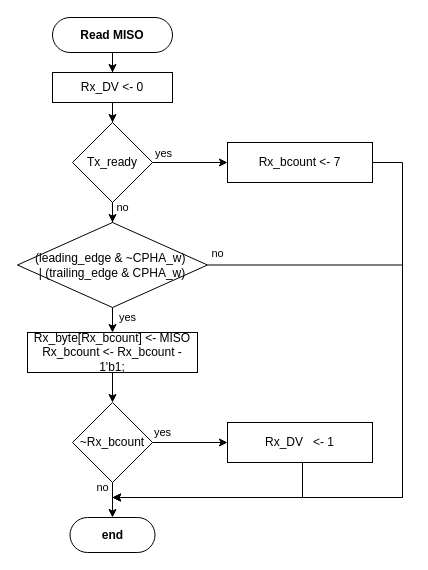
Above: page "read_MISO" (2 of 4) of 01_doc/03_drawings/01_design/spi_master.drawio in Diogofernandes5/mthesis (draw.io), before the change. Source tidied: cells renumbered, new cells numbered last; positions are measured from the earlier drawing's top-left corner, leaving out a move shared by most shapes. Both pictures are drawn from the tidied source at 100%, with x=0, y=0 at pixel (17, 17).
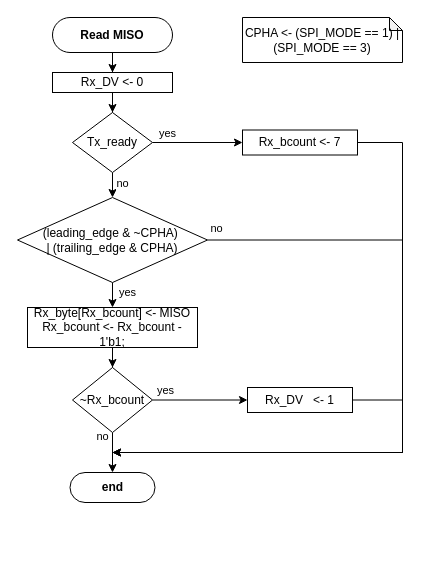
The same diagram, later.

What changed in the source:
```diff
@@
     <mxCell id="4" value="Rx_DV &amp;lt;- 0" style="rounded=0;whiteSpace=wrap;html=1;fontFamily=NewsGotT;" parent="1" vertex="1">
-      <mxGeometry x="35" y="55" width="120" height="30" as="geometry" />
+      <mxGeometry x="35" y="55" width="120" height="20" as="geometry" />
     </mxCell>
@@
     <mxCell id="8" value="Tx_ready" style="rhombus;whiteSpace=wrap;html=1;fontFamily=NewsGotT;" parent="1" vertex="1">
-      <mxGeometry x="55" y="105" width="80" height="80" as="geometry" />
+      <mxGeometry x="55" y="95" width="80" height="60" as="geometry" />
     </mxCell>
@@
     <mxCell id="10" style="edgeStyle=orthogonalEdgeStyle;rounded=0;jettySize=auto;html=1;" parent="1" edge="1" source="12">
       <mxGeometry relative="1" as="geometry">
-        <mxPoint x="95" y="480" as="targetPoint" />
+        <mxPoint x="95" y="435" as="targetPoint" />
         <Array as="points">
-          <mxPoint x="385" y="247" />
-          <mxPoint x="385" y="480" />
-          <mxPoint x="95" y="480" />
+          <mxPoint x="385" y="223" />
+          <mxPoint x="385" y="435" />
         </Array>
       </mxGeometry>
     </mxCell>
@@
-    <mxCell id="12" value="&lt;div&gt;(leading_edge &amp;amp; ~CPHA_w)&amp;nbsp;&lt;/div&gt;&lt;div&gt;| (trailing_edge &amp;amp; CPHA_w)&lt;/div&gt;" style="rhombus;whiteSpace=wrap;html=1;fontFamily=NewsGotT;" parent="1" vertex="1">
-      <mxGeometry y="205" width="190" height="85" as="geometry" />
+    <mxCell id="12" value="&lt;div&gt;(leading_edge &amp;amp; ~CPHA)&amp;nbsp;&lt;/div&gt;&lt;div&gt;| (trailing_edge &amp;amp; CPHA)&lt;/div&gt;" style="rhombus;whiteSpace=wrap;html=1;fontFamily=NewsGotT;" parent="1" vertex="1">
+      <mxGeometry y="180" width="190" height="85" as="geometry" />
     </mxCell>
     <mxCell id="13" style="edgeStyle=orthogonalEdgeStyle;rounded=0;jettySize=auto;html=1;" parent="1" edge="1" source="14">
       <mxGeometry relative="1" as="geometry">
-        <mxPoint x="95" y="480" as="targetPoint" />
+        <mxPoint x="95" y="435" as="targetPoint" />
         <Array as="points">
-          <mxPoint x="385" y="145" />
-          <mxPoint x="385" y="480" />
+          <mxPoint x="385" y="125" />
+          <mxPoint x="385" y="435" />
         </Array>
       </mxGeometry>
     </mxCell>
     <mxCell id="14" value="Rx_bcount &amp;lt;- 7" style="rounded=0;whiteSpace=wrap;html=1;fontFamily=NewsGotT;" parent="1" vertex="1">
-      <mxGeometry x="210" y="125" width="145" height="40" as="geometry" />
+      <mxGeometry x="225" y="112.5" width="115" height="25" as="geometry" />
     </mxCell>
@@
     <mxCell id="16" value="&lt;div&gt;Rx_byte[Rx_bcount] &amp;lt;- MISO&lt;/div&gt;&lt;div&gt;Rx_bcount &amp;lt;- Rx_bcount - 1'b1;&lt;/div&gt;" style="rounded=0;whiteSpace=wrap;html=1;fontFamily=NewsGotT;" parent="1" vertex="1">
-      <mxGeometry x="10" y="315" width="170" height="40" as="geometry" />
+      <mxGeometry x="10" y="290" width="170" height="40" as="geometry" />
     </mxCell>
@@
     <mxCell id="19" value="~Rx_bcount" style="rhombus;whiteSpace=wrap;html=1;fontFamily=NewsGotT;" parent="1" vertex="1">
-      <mxGeometry x="55" y="385" width="80" height="80" as="geometry" />
+      <mxGeometry x="55" y="350" width="80" height="65" as="geometry" />
     </mxCell>
     <mxCell id="20" style="edgeStyle=orthogonalEdgeStyle;rounded=0;jettySize=auto;html=1;" parent="1" edge="1" source="21">
       <mxGeometry relative="1" as="geometry">
-        <mxPoint x="95" y="480" as="targetPoint" />
+        <mxPoint x="95" y="435" as="targetPoint" />
         <Array as="points">
-          <mxPoint x="285" y="480" />
+          <mxPoint x="385" y="383" />
+          <mxPoint x="385" y="435" />
         </Array>
       </mxGeometry>
     </mxCell>
     <mxCell id="21" value="Rx_DV&amp;nbsp;&amp;nbsp; &amp;lt;- 1" style="rounded=0;whiteSpace=wrap;html=1;fontFamily=NewsGotT;" parent="1" vertex="1">
-      <mxGeometry x="210" y="405" width="145" height="40" as="geometry" />
+      <mxGeometry x="230" y="370" width="105" height="25" as="geometry" />
     </mxCell>
@@
     <mxCell id="23" value="&lt;b&gt;end&lt;/b&gt;" style="rounded=1;whiteSpace=wrap;html=1;arcSize=50;" parent="1" vertex="1">
-      <mxGeometry x="52.5" y="500" width="85" height="35" as="geometry" />
+      <mxGeometry x="52.5" y="455" width="85" height="30" as="geometry" />
     </mxCell>
+    <mxCell id="24" value="CPHA &amp;lt;- (SPI_MODE == 1) | (SPI_MODE == 3)" style="shape=note;whiteSpace=wrap;html=1;backgroundOutline=1;darkOpacity=0.05;size=13;fontFamily=NewsGotT;horizontal=1;" parent="1" vertex="1">
+      <mxGeometry x="225" width="160" height="45" as="geometry" />
+    </mxCell>
```
